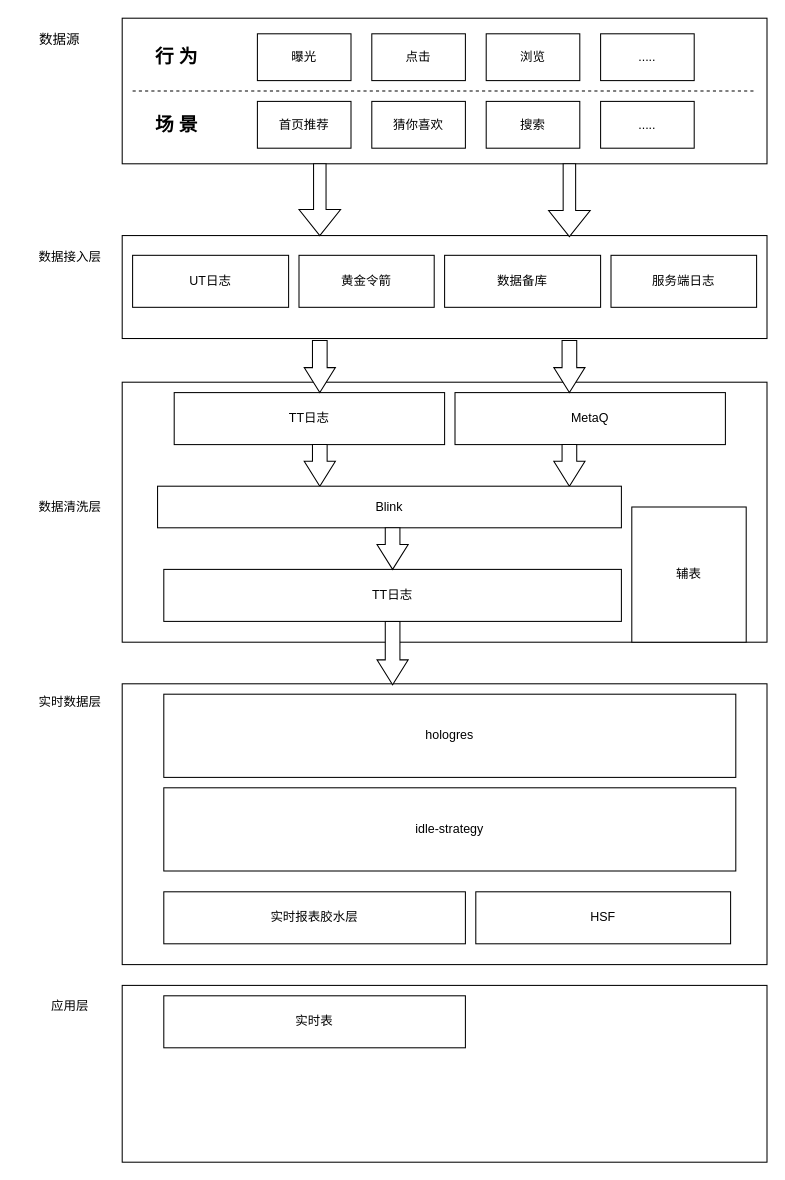
Above: 全域流量中控平台_实时数仓.drawio in hustpawpaw/charts (draw.io), before the change. Source tidied: cells renumbered, new cells numbered last; positions are measured from the earlier drawing's top-left corner, leaving out a move shared by most shapes. Both pictures are drawn from the tidied source at 104%, with x=0, y=0 at pixel (18, 18).
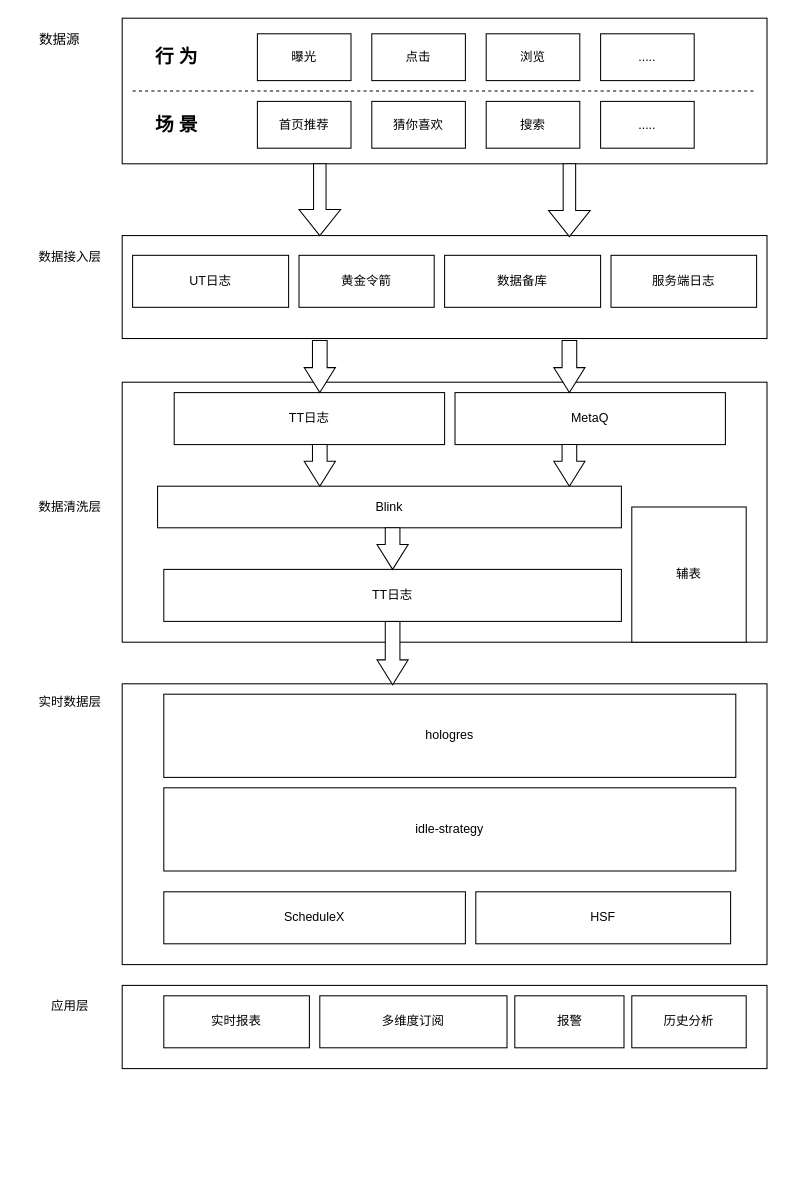
The same diagram, later.

Commit message:
Update 全域流量中控平台_实时数仓.drawio

What changed in the source:
```diff
@@
-    <mxCell id="41" value="实时报表胶水层" style="whiteSpace=wrap;html=1;arcSize=5;" parent="1" vertex="1">
+    <mxCell id="41" value="ScheduleX" style="whiteSpace=wrap;html=1;arcSize=5;" parent="1" vertex="1">
       <mxGeometry x="140" y="840" width="290" height="50" as="geometry" />
     </mxCell>
     <mxCell id="42" style="whiteSpace=wrap;html=1;arcSize=4;" parent="1" vertex="1">
-      <mxGeometry x="100" y="930" width="620" height="170" as="geometry" />
+      <mxGeometry x="100" y="930" width="620" height="80" as="geometry" />
     </mxCell>
@@
-    <mxCell id="44" value="实时表" style="whiteSpace=wrap;html=1;arcSize=5;" parent="1" vertex="1">
-      <mxGeometry x="140" y="940" width="290" height="50" as="geometry" />
+    <mxCell id="44" value="实时报表" style="whiteSpace=wrap;html=1;arcSize=5;" parent="1" vertex="1">
+      <mxGeometry x="140" y="940" width="140" height="50" as="geometry" />
     </mxCell>
+    <mxCell id="45" value="多维度订阅" style="whiteSpace=wrap;html=1;arcSize=5;" parent="1" vertex="1">
+      <mxGeometry x="290" y="940" width="180" height="50" as="geometry" />
+    </mxCell>
+    <mxCell id="46" value="报警" style="whiteSpace=wrap;html=1;arcSize=5;" parent="1" vertex="1">
+      <mxGeometry x="477.5" y="940" width="105" height="50" as="geometry" />
+    </mxCell>
+    <mxCell id="47" value="历史分析" style="whiteSpace=wrap;html=1;arcSize=5;" parent="1" vertex="1">
+      <mxGeometry x="590" y="940" width="110" height="50" as="geometry" />
+    </mxCell>
```
